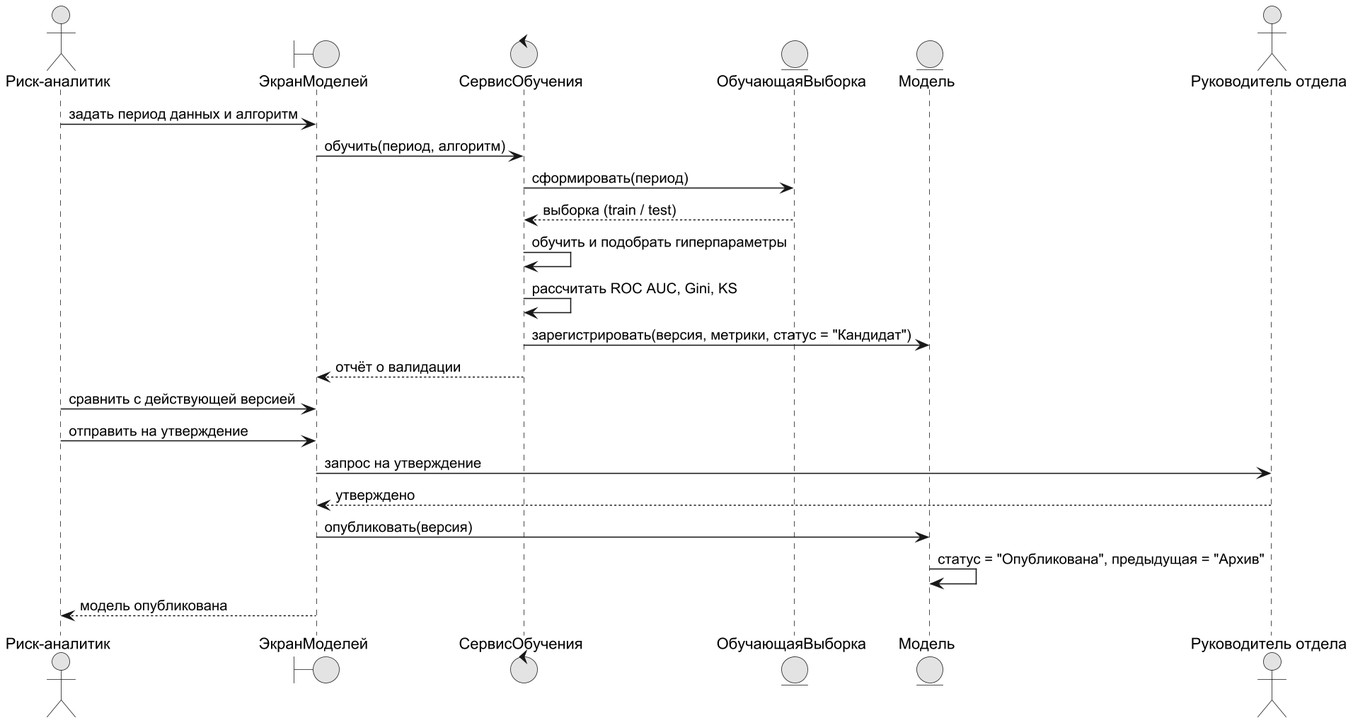
The PlantUML diagram diagrams/uml_seq_3.png in DarkSwordman999/credit-scoring-dss, before a commit.
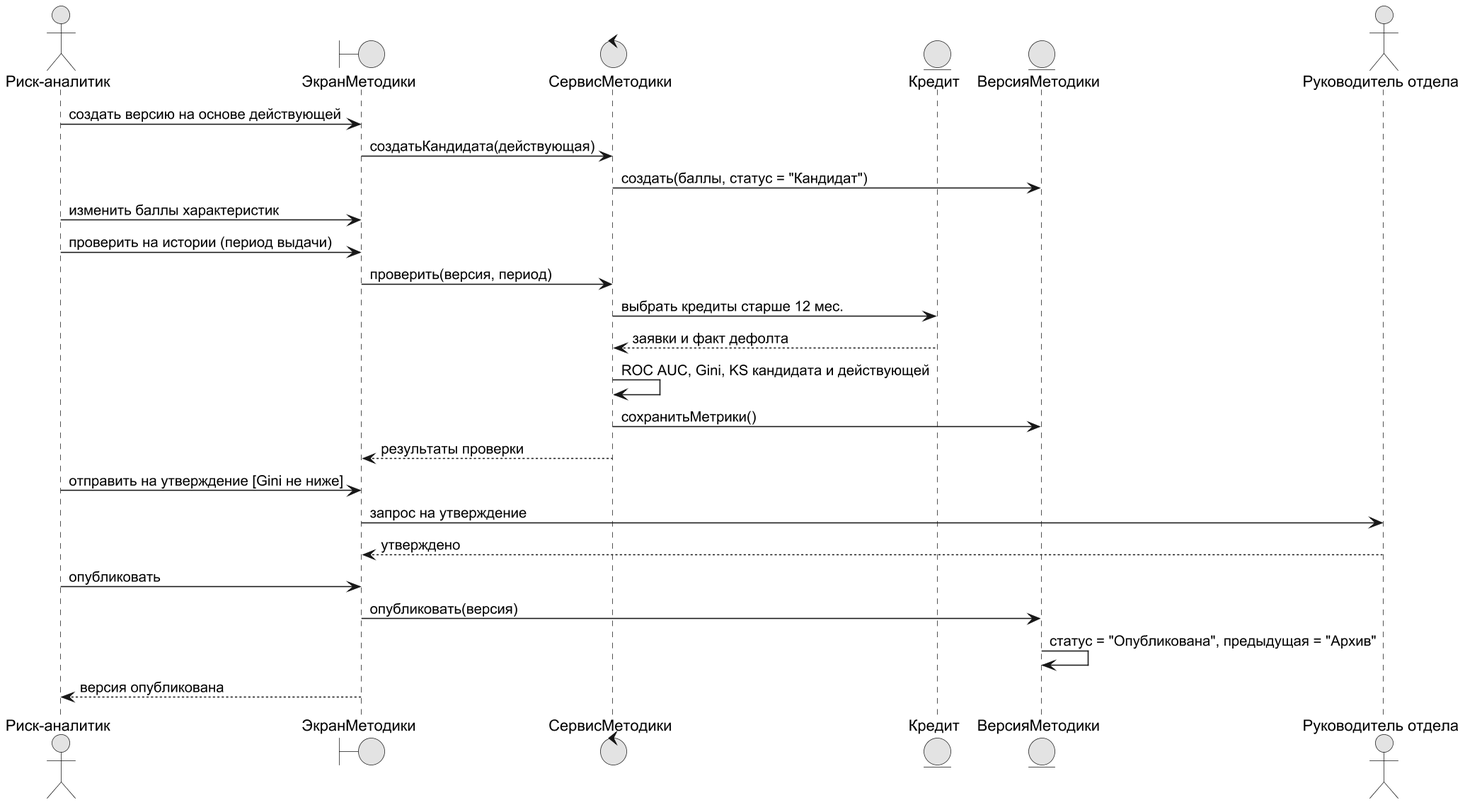
Above is the later version.

The edit, as a diff of the source:
```diff
@@ -5,24 +5,27 @@
 skinparam shadowing false
 skinparam monochrome true
 actor "Риск-аналитик" as RA
-boundary "ЭкранМоделей" as UI
-control "СервисОбучения" as T
-entity "ОбучающаяВыборка" as DS
-entity "Модель" as M
+boundary "ЭкранМетодики" as UI
+control "СервисМетодики" as T
+entity "Кредит" as LN
+entity "ВерсияМетодики" as M
 actor "Руководитель отдела" as HD
-RA -> UI : задать период данных и алгоритм
-UI -> T : обучить(период, алгоритм)
-T -> DS : сформировать(период)
-DS --> T : выборка (train / test)
-T -> T : обучить и подобрать гиперпараметры
-T -> T : рассчитать ROC AUC, Gini, KS
-T -> M : зарегистрировать(версия, метрики, статус = "Кандидат")
-T --> UI : отчёт о валидации
-RA -> UI : сравнить с действующей версией
-RA -> UI : отправить на утверждение
+RA -> UI : создать версию на основе действующей
+UI -> T : создатьКандидата(действующая)
+T -> M : создать(баллы, статус = "Кандидат")
+RA -> UI : изменить баллы характеристик
+RA -> UI : проверить на истории (период выдачи)
+UI -> T : проверить(версия, период)
+T -> LN : выбрать кредиты старше 12 мес.
+LN --> T : заявки и факт дефолта
+T -> T : ROC AUC, Gini, KS кандидата и действующей
+T -> M : сохранитьМетрики()
+T --> UI : результаты проверки
+RA -> UI : отправить на утверждение [Gini не ниже]
 UI -> HD : запрос на утверждение
 HD --> UI : утверждено
+RA -> UI : опубликовать
 UI -> M : опубликовать(версия)
 M -> M : статус = "Опубликована", предыдущая = "Архив"
-UI --> RA : модель опубликована
+UI --> RA : версия опубликована
 @enduml
```
